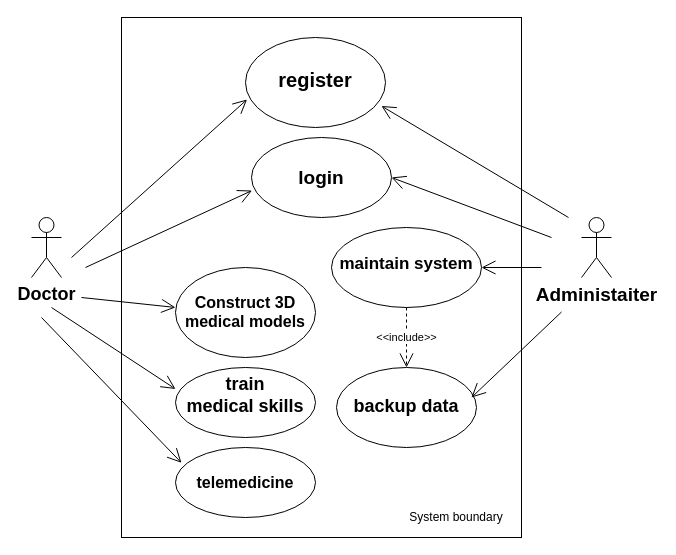
Earlier version of the draw.io diagram C/use case Diagram.drawio (Lemondia/awesome-JLU-CS-Course). Source tidied: cells renumbered, new cells numbered last; positions are measured from the earlier drawing's top-left corner, leaving out a move shared by most shapes. Both pictures are drawn from the tidied source at 100%, with x=0, y=0 at pixel (31, 17).
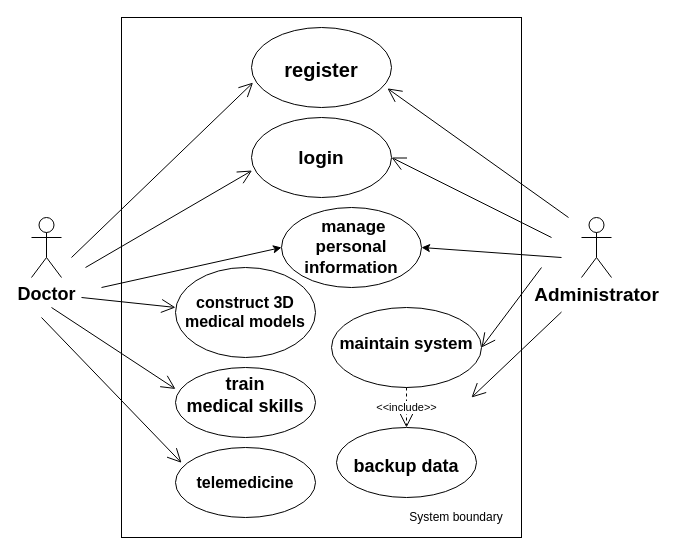
The same diagram, later.

What changed in the source:
```diff
@@
-    <mxCell id="4" value="&lt;b&gt;&lt;font style=&quot;font-size: 19px&quot;&gt;Administaiter&lt;/font&gt;&lt;/b&gt;" style="shape=umlActor;verticalLabelPosition=bottom;verticalAlign=top;html=1;" parent="1" vertex="1">
+    <mxCell id="4" value="&lt;b&gt;&lt;font style=&quot;font-size: 19px&quot;&gt;Administrator&lt;/font&gt;&lt;/b&gt;" style="shape=umlActor;verticalLabelPosition=bottom;verticalAlign=top;html=1;" parent="1" vertex="1">
       <mxGeometry x="550" y="200" width="30" height="60" as="geometry" />
     </mxCell>
     <mxCell id="5" value="&lt;b style=&quot;font-size: 20px&quot;&gt;&lt;font style=&quot;font-size: 20px&quot;&gt;&lt;br&gt;register&lt;/font&gt;&lt;/b&gt;" style="ellipse;whiteSpace=wrap;html=1;verticalAlign=top;" parent="1" vertex="1">
-      <mxGeometry x="214" y="20" width="140" height="90" as="geometry" />
+      <mxGeometry x="220" y="10" width="140" height="80" as="geometry" />
     </mxCell>
@@
-    <mxCell id="7" value="&lt;b&gt;&lt;font style=&quot;font-size: 16px&quot;&gt;&lt;br&gt;Construct 3D medical models&lt;/font&gt;&lt;/b&gt;" style="ellipse;whiteSpace=wrap;html=1;verticalAlign=top;" parent="1" vertex="1">
+    <mxCell id="7" value="&lt;b&gt;&lt;font style=&quot;font-size: 16px&quot;&gt;&lt;br&gt;construct 3D medical models&lt;/font&gt;&lt;/b&gt;" style="ellipse;whiteSpace=wrap;html=1;verticalAlign=top;" parent="1" vertex="1">
       <mxGeometry x="144" y="250" width="140" height="90" as="geometry" />
     </mxCell>
     <mxCell id="8" value="&lt;b style=&quot;font-size: 19px&quot;&gt;&lt;br&gt;login&lt;/b&gt;" style="ellipse;whiteSpace=wrap;html=1;verticalAlign=top;" parent="1" vertex="1">
-      <mxGeometry x="220" y="120" width="140" height="80" as="geometry" />
+      <mxGeometry x="220" y="100" width="140" height="80" as="geometry" />
     </mxCell>
@@
     <mxCell id="17" value="&lt;b style=&quot;font-size: 17px&quot;&gt;&lt;br&gt;maintain system&lt;/b&gt;" style="ellipse;whiteSpace=wrap;html=1;verticalAlign=top;" parent="1" vertex="1">
-      <mxGeometry x="300" y="210" width="150" height="80" as="geometry" />
+      <mxGeometry x="300" y="290" width="150" height="80" as="geometry" />
     </mxCell>
     <mxCell id="18" value="&lt;b style=&quot;font-size: 18px&quot;&gt;&lt;br&gt;backup data&lt;/b&gt;" style="ellipse;whiteSpace=wrap;html=1;verticalAlign=top;" parent="1" vertex="1">
-      <mxGeometry x="305" y="350" width="140" height="80" as="geometry" />
+      <mxGeometry x="305" y="410" width="140" height="70" as="geometry" />
     </mxCell>
@@
+    <mxCell id="23" value="&lt;b style=&quot;font-size: 17px&quot;&gt;&amp;nbsp;manage &lt;br&gt;personal information&lt;/b&gt;" style="ellipse;whiteSpace=wrap;html=1;" parent="1" vertex="1">
+      <mxGeometry x="250" y="190" width="140" height="80" as="geometry" />
+    </mxCell>
+    <mxCell id="24" style="endArrow=classic;html=1;entryX=0;entryY=0.5;entryDx=0;entryDy=0;" parent="1" edge="1" target="23">
+      <mxGeometry relative="1" as="geometry">
+        <mxPoint x="70" y="270" as="sourcePoint" />
+      </mxGeometry>
+    </mxCell>
+    <mxCell id="25" style="endArrow=classic;html=1;" parent="1" edge="1">
+      <mxGeometry relative="1" as="geometry">
+        <mxPoint x="530" y="240" as="sourcePoint" />
+        <mxPoint x="390" y="230" as="targetPoint" />
+      </mxGeometry>
+    </mxCell>
```
